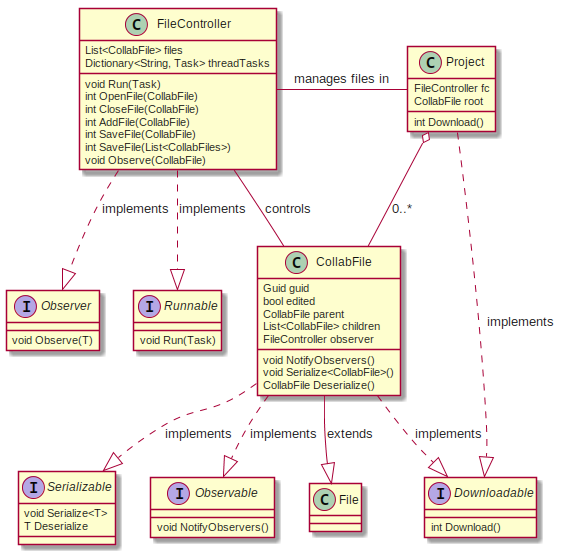
Earlier version of the PlantUML export doc/SSRS/images/ClassDiagrams/FileManagement.png (cs383-4/sQuire). Its diagram source:
```plantuml
@startuml

interface Downloadable {
    int Download()
}
interface Serializable {
    void Serialize<T>
    T Deserialize
}
interface Observable {
    void NotifyObservers()
}
interface Observer {
    void Observe(T)
}
interface Runnable {
    void Run(Task)
}
class File

class FileController {
    List<CollabFile> files
    Dictionary<String, Task> threadTasks

    void Run(Task)
    int OpenFile(CollabFile)
    int CloseFile(CollabFile)
    int AddFile(CollabFile)
    int SaveFile(CollabFile)
    int SaveFile(List<CollabFiles>)
    void Observe(CollabFile)
}

FileController ..|> Observer : implements
FileController ..|> Runnable : implements

CollabFile --o Project : 0..*
FileController -- CollabFile : controls
FileController -right- Project : manages files in

class CollabFile {
    Guid guid
    bool edited
    CollabFile parent
    List<CollabFile> children
    FileController observer

    void NotifyObservers()
    void Serialize<CollabFile>()
    CollabFile Deserialize()
}

CollabFile --|> File : extends
CollabFile ..|> Downloadable : implements
CollabFile ..|> Serializable : implements
CollabFile ..|> Observable : implements


class Project {
    FileController fc
    CollabFile root

    int Download()
}

Project ..|> Downloadable : implements
@enduml
```
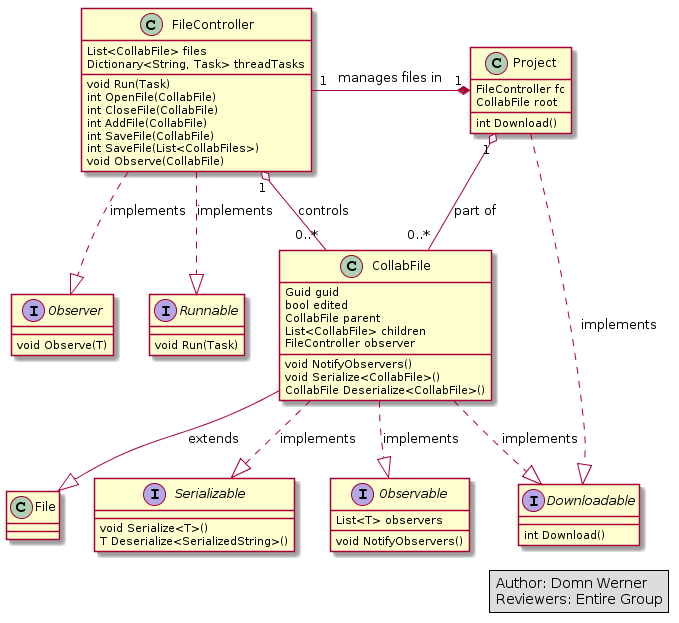
Above is the later version.

Commit message:
Updated my diagram and fixed some formatting for other diagrams.

What changed in the source:
```diff
@@ -1,13 +1,18 @@
 @startuml
+legend right
+    Author: Domn Werner
+    Reviewers: Entire Group
+endlegend
 
 interface Downloadable {
     int Download()
 }
 interface Serializable {
-    void Serialize<T>
-    T Deserialize
+    void Serialize<T>()
+    T Deserialize<SerializedString>()
 }
 interface Observable {
+    List<T> observers
     void NotifyObservers()
 }
 interface Observer {
@@ -34,9 +39,9 @@
 FileController ..|> Observer : implements
 FileController ..|> Runnable : implements
 
-CollabFile --o Project : 0..*
-FileController -- CollabFile : controls
-FileController -right- Project : manages files in
+CollabFile "0..*" --o "1" Project : part of
+FileController "1" o-- "0..*" CollabFile : controls
+FileController "1" -left-* "1" Project : manages files in
 
 class CollabFile {
     Guid guid
@@ -47,7 +52,7 @@
 
     void NotifyObservers()
     void Serialize<CollabFile>()
-    CollabFile Deserialize()
+    CollabFile Deserialize<CollabFile>()
 }
 
 CollabFile --|> File : extends
```
